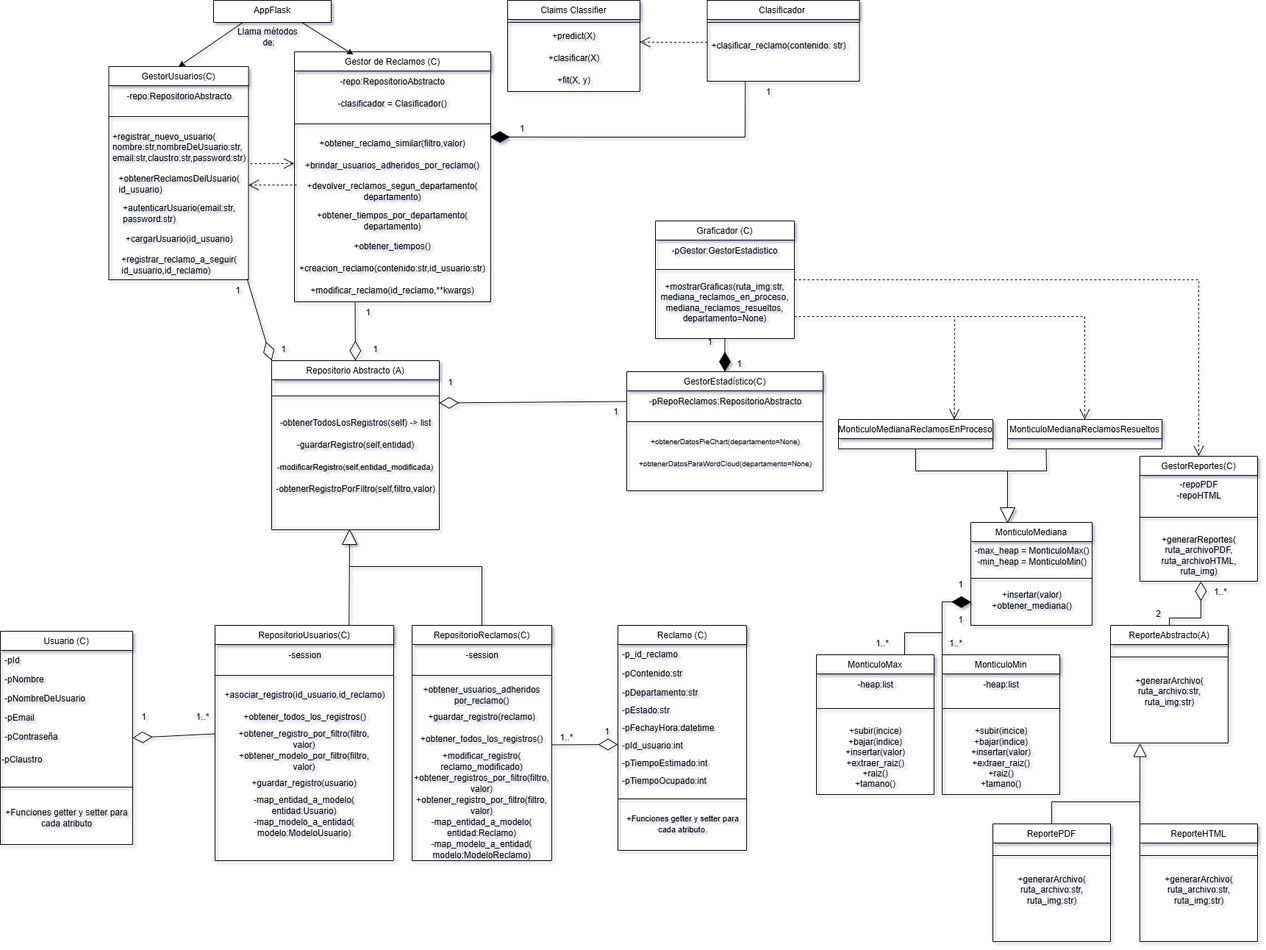
This is TrabajoPractico_3/GestorDeReclamos/docs/UML_TP3.drawio.png from Benitez-Gonzalo/BenitezGonzaloFinalProgAvanzada, a draw.io export, as it was before one commit. Source tidied: cells renumbered, new cells last; positions are measured from the earlier drawing's top-left corner, leaving out a move shared by most shapes.
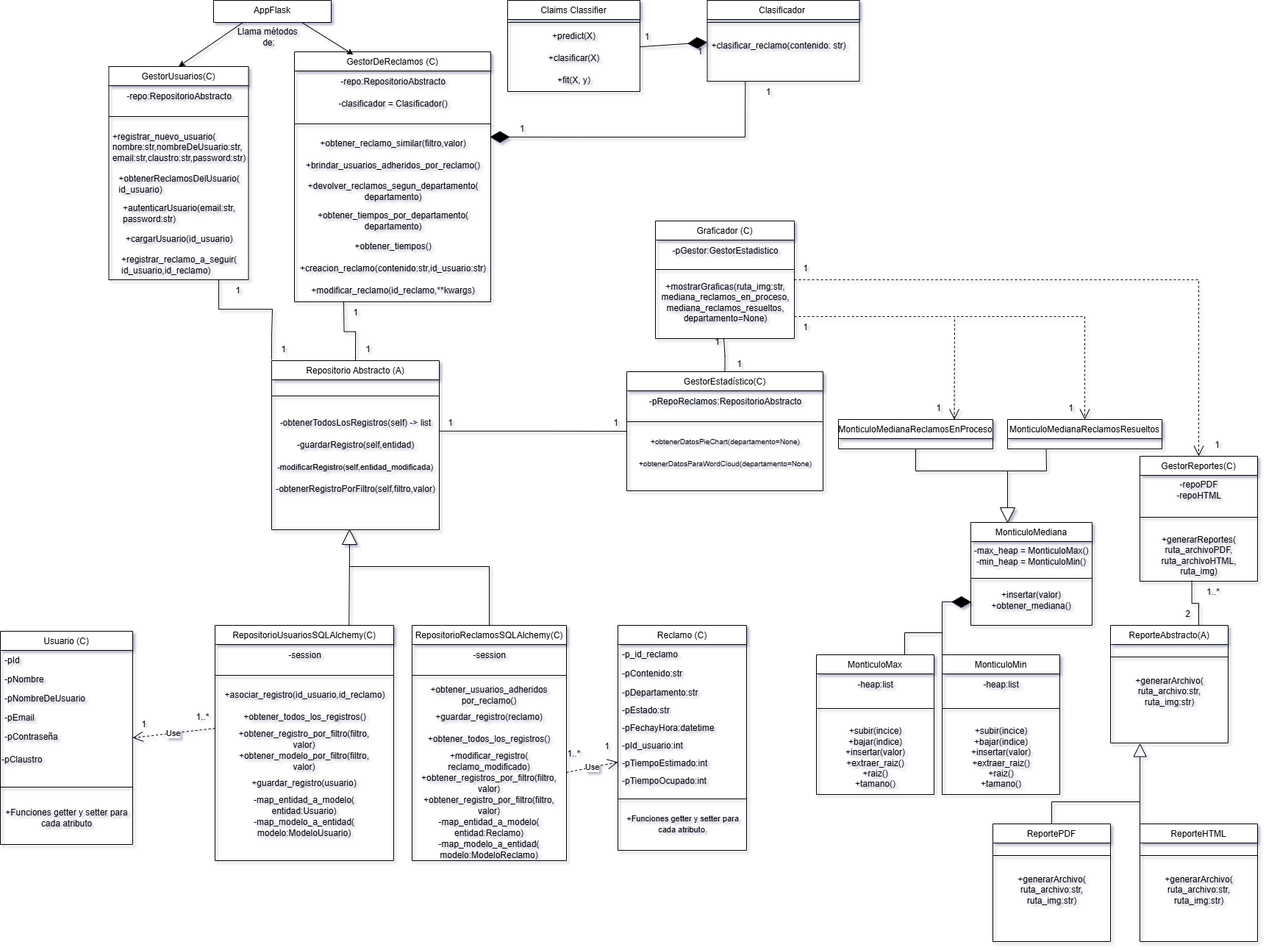
Later version of the same file.

Change to the diagram source:
```diff
@@ -38,7 +38,7 @@
     <mxCell id="13" value="&#10;+clasificar_reclamo(contenido: str)" style="text;align=left;verticalAlign=top;spacingLeft=4;spacingRight=4;overflow=hidden;points=[[0,0.5],[1,0.5]];portConstraint=eastwest;" parent="11" vertex="1">
       <mxGeometry y="34" width="207" height="46" as="geometry" />
     </mxCell>
-    <mxCell id="14" value="Gestor de Reclamos (C)" style="swimlane;fontStyle=0;align=center;verticalAlign=top;horizontal=1;startSize=26;rounded=0;shadow=0;strokeWidth=1;" parent="1" vertex="1">
+    <mxCell id="14" value="GestorDeReclamos (C)" style="swimlane;fontStyle=0;align=center;verticalAlign=top;horizontal=1;startSize=26;rounded=0;shadow=0;strokeWidth=1;" parent="1" vertex="1">
       <mxGeometry x="400" y="70" width="267" height="340" as="geometry" />
     </mxCell>
     <mxCell id="15" value="-repo:RepositorioAbstracto" style="text;html=1;align=center;verticalAlign=middle;strokeColor=none;fillColor=none;" parent="14" vertex="1">
@@ -99,7 +99,7 @@
       <mxGeometry y="110" width="267" height="30" as="geometry" />
     </mxCell>
     <mxCell id="34" value="1" style="text;html=1;align=center;verticalAlign=middle;strokeColor=none;fillColor=none;" parent="1" vertex="1">
-      <mxGeometry x="485" y="410" width="30" height="30" as="geometry" />
+      <mxGeometry x="468" y="410" width="30" height="30" as="geometry" />
     </mxCell>
     <mxCell id="35" value="GestorUsuarios(C)" style="swimlane;fontStyle=0;align=center;verticalAlign=top;horizontal=1;startSize=26;rounded=0;shadow=0;strokeWidth=1;" parent="1" vertex="1">
       <mxGeometry x="147.5" y="90" width="190" height="290" as="geometry" />
@@ -137,38 +137,38 @@
     <mxCell id="46" value="Llama métodos&amp;nbsp;&lt;div&gt;de:&lt;/div&gt;" style="text;html=1;align=center;verticalAlign=middle;strokeColor=none;fillColor=none;" parent="1" vertex="1">
       <mxGeometry x="310" y="30" width="110" height="40" as="geometry" />
     </mxCell>
-    <mxCell id="47" value="RepositorioReclamos(C)" style="swimlane;fontStyle=0;align=center;verticalAlign=top;horizontal=1;startSize=26;rounded=0;shadow=0;strokeWidth=1;" parent="1" vertex="1">
-      <mxGeometry x="560" y="850" width="190" height="320" as="geometry" />
+    <mxCell id="47" value="RepositorioReclamosSQLAlchemy(C)" style="swimlane;fontStyle=0;align=center;verticalAlign=top;horizontal=1;startSize=26;rounded=0;shadow=0;strokeWidth=1;" parent="1" vertex="1">
+      <mxGeometry x="560" y="850" width="210" height="320" as="geometry" />
     </mxCell>
     <mxCell id="48" value="-session" style="text;html=1;align=center;verticalAlign=middle;strokeColor=none;fillColor=none;" parent="47" vertex="1">
-      <mxGeometry y="26" width="190" height="30" as="geometry" />
+      <mxGeometry y="26" width="210" height="30" as="geometry" />
     </mxCell>
     <mxCell id="49" style="line;html=1;strokeWidth=1;align=left;verticalAlign=middle;spacingTop=-1;spacingLeft=3;spacingRight=3;labelPosition=right;" parent="47" vertex="1">
-      <mxGeometry y="56" width="190" height="24" as="geometry" />
+      <mxGeometry y="56" width="210" height="24" as="geometry" />
     </mxCell>
     <mxCell id="50" value="+obtener_usuarios_adheridos&lt;div&gt;por_reclamo()&lt;/div&gt;" style="text;html=1;align=center;verticalAlign=middle;whiteSpace=wrap;rounded=0;" parent="47" vertex="1">
-      <mxGeometry y="80" width="190" height="30" as="geometry" />
+      <mxGeometry y="80" width="210" height="30" as="geometry" />
     </mxCell>
     <mxCell id="51" value="+guardar_registro(reclamo)" style="text;html=1;align=center;verticalAlign=middle;whiteSpace=wrap;rounded=0;" parent="47" vertex="1">
-      <mxGeometry y="110" width="190" height="30" as="geometry" />
+      <mxGeometry y="110" width="210" height="30" as="geometry" />
     </mxCell>
     <mxCell id="52" value="+obtener_todos_los_registros()" style="text;html=1;align=center;verticalAlign=middle;whiteSpace=wrap;rounded=0;" parent="47" vertex="1">
-      <mxGeometry y="140" width="190" height="30" as="geometry" />
+      <mxGeometry y="140" width="210" height="30" as="geometry" />
     </mxCell>
     <mxCell id="53" value="+modificar_registro(&lt;div&gt;reclamo_modificado)&lt;/div&gt;" style="text;html=1;align=center;verticalAlign=middle;whiteSpace=wrap;rounded=0;" parent="47" vertex="1">
-      <mxGeometry y="170" width="190" height="30" as="geometry" />
+      <mxGeometry y="170" width="210" height="30" as="geometry" />
     </mxCell>
     <mxCell id="54" value="+obtener_registros_por_filtro(filtro,&lt;div&gt;valor)&lt;/div&gt;" style="text;html=1;align=center;verticalAlign=middle;whiteSpace=wrap;rounded=0;" parent="47" vertex="1">
-      <mxGeometry y="200" width="190" height="30" as="geometry" />
+      <mxGeometry y="200" width="210" height="30" as="geometry" />
     </mxCell>
     <mxCell id="55" value="+obtener_registro_por_filtro(filtro,&lt;div&gt;valor)&lt;/div&gt;" style="text;html=1;align=center;verticalAlign=middle;whiteSpace=wrap;rounded=0;" parent="47" vertex="1">
-      <mxGeometry y="230" width="190" height="30" as="geometry" />
+      <mxGeometry y="230" width="210" height="30" as="geometry" />
     </mxCell>
     <mxCell id="56" value="-map_entidad_a_modelo(&lt;div&gt;entidad:Reclamo)&lt;/div&gt;" style="text;html=1;align=center;verticalAlign=middle;whiteSpace=wrap;rounded=0;" parent="47" vertex="1">
-      <mxGeometry y="260" width="190" height="30" as="geometry" />
+      <mxGeometry y="260" width="210" height="30" as="geometry" />
     </mxCell>
     <mxCell id="57" value="-map_modelo_a_entidad(&lt;div&gt;modelo:ModeloReclamo)&lt;/div&gt;" style="text;html=1;align=center;verticalAlign=middle;whiteSpace=wrap;rounded=0;" parent="47" vertex="1">
-      <mxGeometry y="290" width="190" height="30" as="geometry" />
+      <mxGeometry y="290" width="210" height="30" as="geometry" />
     </mxCell>
     <mxCell id="58" value="Reclamo (C)" style="swimlane;fontStyle=0;align=center;verticalAlign=top;horizontal=1;startSize=26;rounded=0;shadow=0;strokeWidth=1;" parent="1" vertex="1">
       <mxGeometry x="840" y="850" width="175" height="306" as="geometry" />
@@ -254,7 +254,7 @@
       <mxGeometry relative="1" as="geometry">
         <mxPoint x="475" y="770" as="sourcePoint" />
         <Array as="points">
-          <mxPoint x="655" y="770" />
+          <mxPoint x="665" y="770" />
         </Array>
       </mxGeometry>
     </mxCell>
@@ -279,14 +279,6 @@
     <mxCell id="90" value="+generarArchivo(&lt;div&gt;ruta_archivo:str,&lt;/div&gt;&lt;div&gt;ruta_img:str)&lt;/div&gt;" style="text;html=1;align=center;verticalAlign=middle;strokeColor=none;fillColor=none;" parent="88" vertex="1">
       <mxGeometry y="60" width="160" height="60" as="geometry" />
     </mxCell>
-    <mxCell id="91" style="endArrow=diamondThin;endFill=0;endSize=24;html=1;rounded=0;entryX=0.518;entryY=1.002;entryDx=0;entryDy=0;entryPerimeter=0;exitX=0.5;exitY=0;exitDx=0;exitDy=0;" parent="1" edge="1" source="88" target="87">
-      <mxGeometry relative="1" as="geometry">
-        <Array as="points">
-          <mxPoint x="1590" y="840" />
-          <mxPoint x="1633" y="840" />
-        </Array>
-      </mxGeometry>
-    </mxCell>
     <mxCell id="92" value="ReportePDF" style="swimlane;fontStyle=0;align=center;verticalAlign=top;horizontal=1;startSize=26;rounded=0;shadow=0;strokeWidth=1;" parent="1" vertex="1">
       <mxGeometry x="1350" y="1120" width="160" height="160" as="geometry" />
     </mxCell>
@@ -325,9 +317,6 @@
         </Array>
       </mxGeometry>
     </mxCell>
-    <mxCell id="101" style="endArrow=diamondThin;endFill=0;endSize=24;html=1;rounded=0;entryX=1;entryY=0.25;entryDx=0;entryDy=0;exitX=0;exitY=0.25;exitDx=0;exitDy=0;" parent="1" edge="1" source="29" target="75">
-      <mxGeometry relative="1" as="geometry" />
-    </mxCell>
     <mxCell id="102" value="MonticuloMax" style="swimlane;fontStyle=0;align=center;verticalAlign=top;horizontal=1;startSize=26;rounded=0;shadow=0;strokeWidth=1;" parent="1" vertex="1">
       <mxGeometry x="1110" y="890" width="160" height="190" as="geometry" />
     </mxCell>
@@ -420,29 +409,7 @@
     <mxCell id="122" value="+insertar(valor)&lt;div&gt;+obtener_mediana()&lt;/div&gt;" style="text;html=1;align=center;verticalAlign=middle;points=[];strokeColor=none;fillColor=none;" parent="119" vertex="1">
       <mxGeometry y="86" width="165" height="40" as="geometry" />
     </mxCell>
-    <mxCell id="123" style="endArrow=diamondThin;endFill=1;endSize=24;html=1;rounded=0;exitX=0.5;exitY=1;exitDx=0;exitDy=0;entryX=0.5;entryY=0;entryDx=0;entryDy=0;" parent="1" edge="1" source="25" target="29">
-      <mxGeometry relative="1" as="geometry" />
-    </mxCell>
-    <mxCell id="124" style="endArrow=open;endSize=12;dashed=1;html=1;rounded=0;exitX=0;exitY=0.5;exitDx=0;exitDy=0;entryX=0.999;entryY=0.755;entryDx=0;entryDy=0;entryPerimeter=0;" parent="1" edge="1" source="13" target="72">
-      <mxGeometry relative="1" as="geometry">
-        <Array as="points">
-          <mxPoint x="910" y="57" />
-        </Array>
-      </mxGeometry>
-    </mxCell>
-    <mxCell id="125" style="endArrow=open;endSize=12;dashed=1;html=1;rounded=0;entryX=-0.001;entryY=0.395;entryDx=0;entryDy=0;entryPerimeter=0;exitX=1.013;exitY=0.869;exitDx=0;exitDy=0;exitPerimeter=0;" parent="1" edge="1" source="38" target="19">
-      <mxGeometry relative="1" as="geometry" />
-    </mxCell>
-    <mxCell id="126" style="endArrow=open;endSize=12;dashed=1;html=1;rounded=0;entryX=0.998;entryY=0.528;entryDx=0;entryDy=0;entryPerimeter=0;exitX=0.011;exitY=0.278;exitDx=0;exitDy=0;exitPerimeter=0;" parent="1" edge="1" source="20" target="39">
-      <mxGeometry relative="1" as="geometry" />
-    </mxCell>
-    <mxCell id="127" style="endArrow=diamondThin;endFill=0;endSize=24;html=1;rounded=0;entryX=0;entryY=0;entryDx=0;entryDy=0;exitX=0.99;exitY=0.967;exitDx=0;exitDy=0;exitPerimeter=0;" parent="1" edge="1" source="42" target="75">
-      <mxGeometry relative="1" as="geometry" />
-    </mxCell>
-    <mxCell id="128" style="endArrow=diamondThin;endFill=0;endSize=24;html=1;rounded=0;entryX=0.5;entryY=0;entryDx=0;entryDy=0;exitX=0.309;exitY=1.024;exitDx=0;exitDy=0;exitPerimeter=0;" parent="1" edge="1" source="24" target="75">
-      <mxGeometry relative="1" as="geometry" />
-    </mxCell>
-    <mxCell id="129" value="RepositorioUsuarios(C)" style="swimlane;fontStyle=0;align=center;verticalAlign=top;horizontal=1;startSize=26;rounded=0;shadow=0;strokeWidth=1;" parent="1" vertex="1">
+    <mxCell id="129" value="RepositorioUsuariosSQLAlchemy(C)" style="swimlane;fontStyle=0;align=center;verticalAlign=top;horizontal=1;startSize=26;rounded=0;shadow=0;strokeWidth=1;" parent="1" vertex="1">
       <mxGeometry x="292" y="850" width="243" height="320" as="geometry" />
     </mxCell>
     <mxCell id="130" value="-session" style="text;html=1;align=center;verticalAlign=middle;strokeColor=none;fillColor=none;" parent="129" vertex="1">
@@ -485,55 +452,94 @@
       <mxGeometry x="370" y="460" width="30" height="30" as="geometry" />
     </mxCell>
     <mxCell id="143" value="1" style="text;html=1;align=center;verticalAlign=middle;strokeColor=none;fillColor=none;" parent="1" vertex="1">
-      <mxGeometry x="495" y="460" width="30" height="30" as="geometry" />
+      <mxGeometry x="485" y="460" width="30" height="30" as="geometry" />
     </mxCell>
-    <mxCell id="144" style="endArrow=diamondThin;endFill=0;endSize=24;html=1;rounded=0;entryX=1;entryY=0.5;entryDx=0;entryDy=0;exitX=0;exitY=0.25;exitDx=0;exitDy=0;" parent="1" edge="1" source="134" target="7">
-      <mxGeometry relative="1" as="geometry" />
-    </mxCell>
-    <mxCell id="145" style="endArrow=diamondThin;endFill=0;endSize=24;html=1;rounded=0;entryX=0;entryY=0.5;entryDx=0;entryDy=0;exitX=1;exitY=0.75;exitDx=0;exitDy=0;" parent="1" edge="1" source="52" target="64">
-      <mxGeometry relative="1" as="geometry" />
-    </mxCell>
     <mxCell id="146" value="1" style="text;html=1;align=center;verticalAlign=middle;strokeColor=none;fillColor=none;" parent="1" vertex="1">
-      <mxGeometry x="180" y="960" width="30" height="30" as="geometry" />
+      <mxGeometry x="180" y="970" width="30" height="30" as="geometry" />
     </mxCell>
     <mxCell id="147" value="1..*" style="text;html=1;align=center;verticalAlign=middle;strokeColor=none;fillColor=none;" parent="1" vertex="1">
       <mxGeometry x="255" y="960" width="40" height="30" as="geometry" />
     </mxCell>
     <mxCell id="148" value="1" style="text;html=1;align=center;verticalAlign=middle;strokeColor=none;fillColor=none;" parent="1" vertex="1">
-      <mxGeometry x="810" y="980" width="30" height="30" as="geometry" />
+      <mxGeometry x="810" y="1000" width="30" height="30" as="geometry" />
     </mxCell>
     <mxCell id="149" value="1..*" style="text;html=1;align=center;verticalAlign=middle;strokeColor=none;fillColor=none;" parent="1" vertex="1">
-      <mxGeometry x="750" y="988" width="40" height="30" as="geometry" />
+      <mxGeometry x="760" y="1010" width="40" height="30" as="geometry" />
     </mxCell>
-    <mxCell id="150" value="1..*" style="text;html=1;align=center;verticalAlign=middle;whiteSpace=wrap;rounded=0;" parent="1" vertex="1">
-      <mxGeometry x="1170" y="860" width="60" height="30" as="geometry" />
-    </mxCell>
-    <mxCell id="151" value="1..*" style="text;html=1;align=center;verticalAlign=middle;whiteSpace=wrap;rounded=0;" parent="1" vertex="1">
-      <mxGeometry x="1270" y="860" width="60" height="30" as="geometry" />
-    </mxCell>
-    <mxCell id="152" value="1" style="text;html=1;align=center;verticalAlign=middle;strokeColor=none;fillColor=none;" parent="1" vertex="1">
-      <mxGeometry x="1291" y="780" width="30" height="30" as="geometry" />
-    </mxCell>
-    <mxCell id="153" value="1" style="text;html=1;align=center;verticalAlign=middle;strokeColor=none;fillColor=none;" parent="1" vertex="1">
-      <mxGeometry x="1291" y="828" width="30" height="30" as="geometry" />
-    </mxCell>
     <mxCell id="154" value="1" style="text;html=1;align=center;verticalAlign=middle;strokeColor=none;fillColor=none;" parent="1" vertex="1">
-      <mxGeometry x="950" y="450" width="30" height="30" as="geometry" />
+      <mxGeometry x="960" y="450" width="30" height="30" as="geometry" />
     </mxCell>
     <mxCell id="155" value="1" style="text;html=1;align=center;verticalAlign=middle;strokeColor=none;fillColor=none;" parent="1" vertex="1">
       <mxGeometry x="990" y="480" width="30" height="30" as="geometry" />
     </mxCell>
     <mxCell id="156" value="1..*" style="text;html=1;align=center;verticalAlign=middle;whiteSpace=wrap;rounded=0;" parent="1" vertex="1">
-      <mxGeometry x="1630" y="790" width="60" height="30" as="geometry" />
+      <mxGeometry x="1620" y="790" width="60" height="30" as="geometry" />
     </mxCell>
     <mxCell id="157" value="2" style="text;html=1;align=center;verticalAlign=middle;strokeColor=none;fillColor=none;" parent="1" vertex="1">
-      <mxGeometry x="1560" y="820" width="30" height="30" as="geometry" />
+      <mxGeometry x="1600" y="820" width="30" height="30" as="geometry" />
     </mxCell>
     <mxCell id="158" value="1" style="text;html=1;align=center;verticalAlign=middle;strokeColor=none;fillColor=none;" parent="1" vertex="1">
-      <mxGeometry x="597" y="505" width="30" height="30" as="geometry" />
+      <mxGeometry x="597" y="560" width="30" height="30" as="geometry" />
     </mxCell>
     <mxCell id="159" value="1" style="text;html=1;align=center;verticalAlign=middle;strokeColor=none;fillColor=none;" parent="1" vertex="1">
-      <mxGeometry x="822" y="545" width="30" height="30" as="geometry" />
+      <mxGeometry x="822" y="560" width="30" height="30" as="geometry" />
     </mxCell>
+    <mxCell id="160" style="endArrow=diamondThin;endFill=1;endSize=24;html=1;rounded=0;entryX=0;entryY=0.5;entryDx=0;entryDy=0;exitX=0.997;exitY=-0.025;exitDx=0;exitDy=0;exitPerimeter=0;" parent="1" edge="1" source="73" target="13">
+      <mxGeometry relative="1" as="geometry" />
+    </mxCell>
+    <mxCell id="161" value="1" style="text;html=1;align=center;verticalAlign=middle;whiteSpace=wrap;rounded=0;" parent="1" vertex="1">
+      <mxGeometry x="870" y="40" width="20" height="20" as="geometry" />
+    </mxCell>
+    <mxCell id="162" value="1" style="text;html=1;align=center;verticalAlign=middle;whiteSpace=wrap;rounded=0;" parent="1" vertex="1">
+      <mxGeometry x="941.5" y="60" width="20" height="20" as="geometry" />
+    </mxCell>
+    <mxCell id="144" value="Use" style="endArrow=open;endSize=12;dashed=1;html=1;rounded=0;exitX=0;exitY=0;exitDx=0;exitDy=0;entryX=1;entryY=0.5;entryDx=0;entryDy=0;" parent="1" edge="1" source="134" target="7">
+      <mxGeometry relative="1" as="geometry" />
+    </mxCell>
+    <mxCell id="163" value="Use" style="endArrow=open;endSize=12;dashed=1;html=1;rounded=0;exitX=1;exitY=0;exitDx=0;exitDy=0;entryX=0;entryY=0.5;entryDx=0;entryDy=0;" parent="1" edge="1" source="54" target="65">
+      <mxGeometry relative="1" as="geometry" />
+    </mxCell>
+    <mxCell id="164" style="endArrow=none;html=1;edgeStyle=orthogonalEdgeStyle;rounded=0;exitX=0.5;exitY=0;exitDx=0;exitDy=0;" parent="1" edge="1" source="75">
+      <mxGeometry relative="1" as="geometry">
+        <mxPoint x="467" y="410" as="targetPoint" />
+      </mxGeometry>
+    </mxCell>
+    <mxCell id="165" style="endArrow=none;html=1;edgeStyle=orthogonalEdgeStyle;rounded=0;exitX=-0.038;exitY=0.958;exitDx=0;exitDy=0;exitPerimeter=0;" parent="1" edge="1" source="142">
+      <mxGeometry relative="1" as="geometry">
+        <mxPoint x="296" y="380" as="targetPoint" />
+        <Array as="points">
+          <mxPoint x="369" y="459" />
+          <mxPoint x="370" y="459" />
+          <mxPoint x="370" y="420" />
+          <mxPoint x="297" y="420" />
+        </Array>
+      </mxGeometry>
+    </mxCell>
+    <mxCell id="166" style="endArrow=none;html=1;edgeStyle=orthogonalEdgeStyle;rounded=0;entryX=0;entryY=0.5;entryDx=0;entryDy=0;exitX=1.003;exitY=0.859;exitDx=0;exitDy=0;exitPerimeter=0;" parent="1" edge="1" source="77" target="29">
+      <mxGeometry relative="1" as="geometry" />
+    </mxCell>
+    <mxCell id="167" value="1" style="text;html=1;align=center;verticalAlign=middle;strokeColor=none;fillColor=none;" parent="1" vertex="1">
+      <mxGeometry x="1080" y="350" width="30" height="30" as="geometry" />
+    </mxCell>
+    <mxCell id="168" value="1" style="text;html=1;align=center;verticalAlign=middle;strokeColor=none;fillColor=none;" parent="1" vertex="1">
+      <mxGeometry x="1080" y="430" width="30" height="30" as="geometry" />
+    </mxCell>
+    <mxCell id="169" value="1" style="text;html=1;align=center;verticalAlign=middle;strokeColor=none;fillColor=none;" parent="1" vertex="1">
+      <mxGeometry x="1261" y="540" width="30" height="30" as="geometry" />
+    </mxCell>
+    <mxCell id="170" value="1" style="text;html=1;align=center;verticalAlign=middle;strokeColor=none;fillColor=none;" parent="1" vertex="1">
+      <mxGeometry x="1441" y="540" width="30" height="30" as="geometry" />
+    </mxCell>
+    <mxCell id="171" value="1" style="text;html=1;align=center;verticalAlign=middle;strokeColor=none;fillColor=none;" parent="1" vertex="1">
+      <mxGeometry x="1640" y="590" width="30" height="30" as="geometry" />
+    </mxCell>
+    <mxCell id="172" style="endArrow=none;html=1;edgeStyle=orthogonalEdgeStyle;rounded=0;exitX=0.5;exitY=0;exitDx=0;exitDy=0;" parent="1" edge="1" source="29">
+      <mxGeometry relative="1" as="geometry">
+        <mxPoint x="984" y="460" as="targetPoint" />
+      </mxGeometry>
+    </mxCell>
+    <mxCell id="91" style="endArrow=none;html=1;edgeStyle=orthogonalEdgeStyle;rounded=0;entryX=0.441;entryY=0.989;entryDx=0;entryDy=0;entryPerimeter=0;exitX=0.75;exitY=0;exitDx=0;exitDy=0;" parent="1" edge="1" source="88" target="87">
+      <mxGeometry relative="1" as="geometry" />
+    </mxCell>
   </root>
 </mxGraphModel>
```
